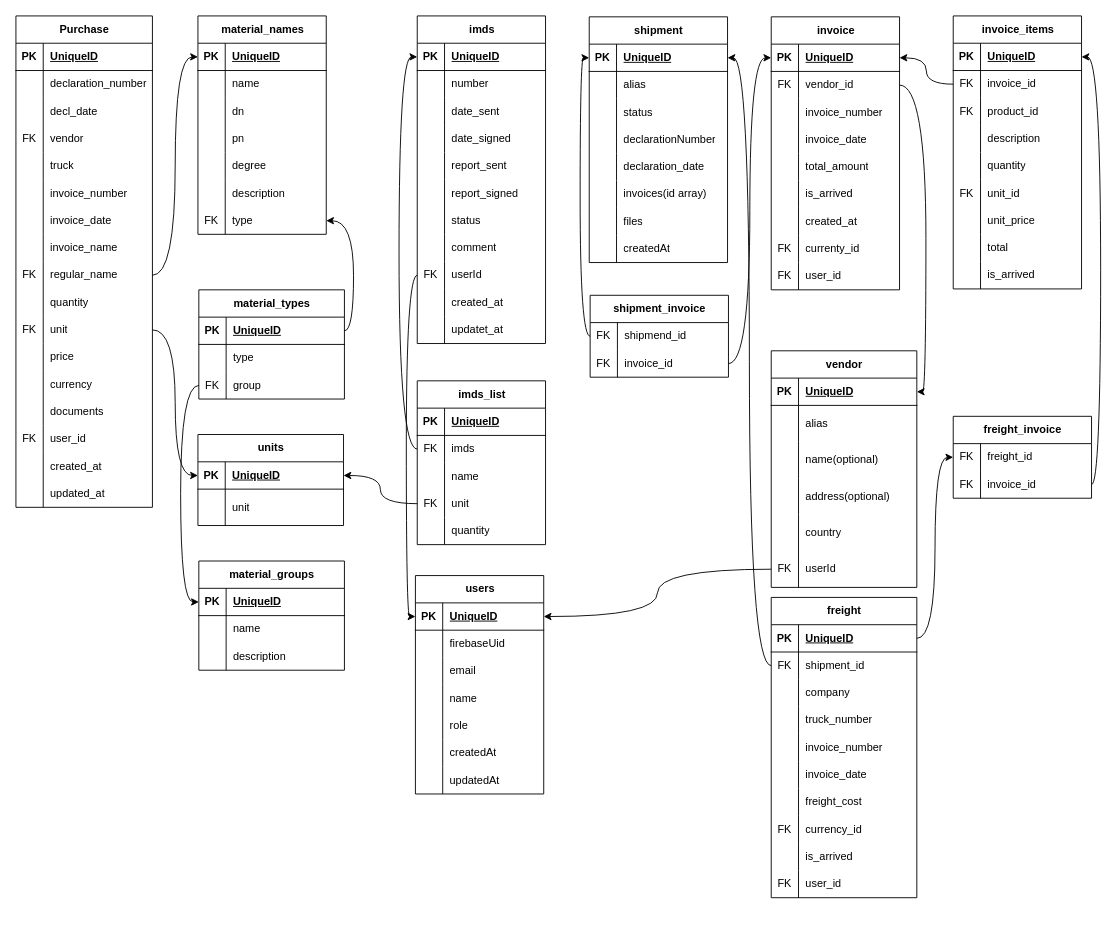
Above: diagrams/awa.drawio in gogicha007/project_AWA (draw.io), before the change. Source tidied: cells renumbered, new cells numbered last; positions are measured from the earlier drawing's top-left corner, leaving out a move shared by most shapes. Both pictures are drawn from the tidied source at 91%, with x=0, y=0 at pixel (15, 15).
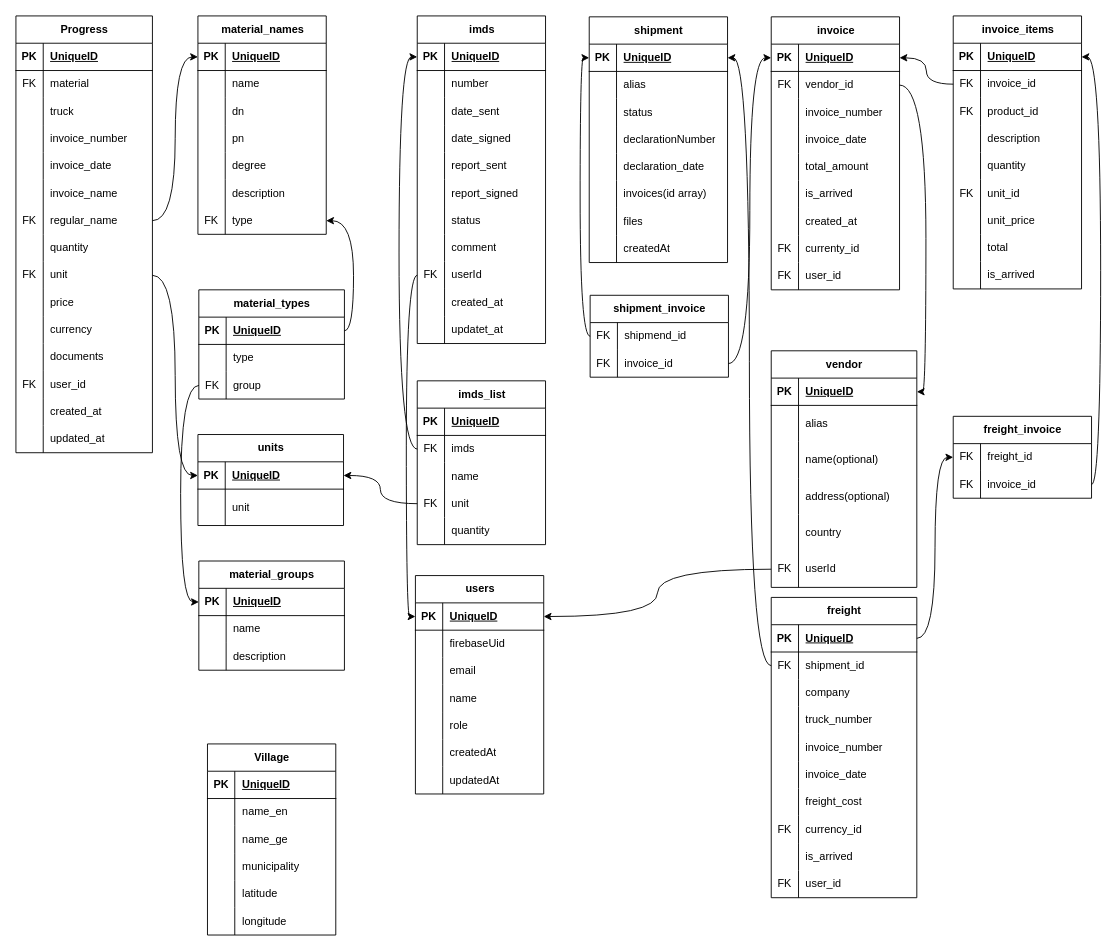
The same diagram, later.

Commit message (it also covers changes not shown here):
feat: add tables to db: material need, villages, pipelineprogress

The edit, as a diff of the source:
```diff
@@
-    <mxCell id="2" value="Purchase" style="shape=table;startSize=30;childLayout=tableLayout;rowLines=0;fontStyle=1;align=center;html=1;" parent="1" vertex="1">
-      <mxGeometry width="150" height="540" as="geometry" />
+    <mxCell id="2" value="Progress" style="shape=table;startSize=30;childLayout=tableLayout;rowLines=0;fontStyle=1;align=center;html=1;" parent="1" vertex="1">
+      <mxGeometry width="150" height="480" as="geometry" />
     </mxCell>
@@
-    <mxCell id="6" style="shape=tableRow;horizontal=0;startSize=0;swimlaneHead=0;swimlaneBody=0;fillColor=none;top=0;left=0;right=0;bottom=0;" parent="2" vertex="1">
-      <mxGeometry y="60" width="150" height="30" as="geometry" />
-    </mxCell>
-    <mxCell id="7" style="shape=partialRectangle;fillColor=none;top=0;left=0;bottom=0;right=0;overflow=hidden;whiteSpace=wrap;html=1;" parent="6" vertex="1">
-      <mxGeometry width="30" height="30" as="geometry" />
-    </mxCell>
-    <mxCell id="8" value="declaration_number" style="shape=partialRectangle;fillColor=none;top=0;left=0;bottom=0;right=0;align=left;spacingLeft=6;overflow=hidden;whiteSpace=wrap;html=1;" parent="6" vertex="1">
-      <mxGeometry x="30" width="120" height="30" as="geometry" />
-    </mxCell>
-    <mxCell id="9" style="shape=tableRow;horizontal=0;startSize=0;swimlaneHead=0;swimlaneBody=0;fillColor=none;top=0;left=0;right=0;bottom=0;" parent="2" vertex="1">
-      <mxGeometry y="90" width="150" height="30" as="geometry" />
-    </mxCell>
-    <mxCell id="10" style="shape=partialRectangle;fillColor=none;top=0;left=0;bottom=0;right=0;overflow=hidden;whiteSpace=wrap;html=1;" parent="9" vertex="1">
-      <mxGeometry width="30" height="30" as="geometry" />
-    </mxCell>
-    <mxCell id="11" value="decl_date" style="shape=partialRectangle;fillColor=none;top=0;left=0;bottom=0;right=0;align=left;spacingLeft=6;overflow=hidden;whiteSpace=wrap;html=1;" parent="9" vertex="1">
-      <mxGeometry x="30" width="120" height="30" as="geometry" />
-    </mxCell>
     <mxCell id="12" style="shape=tableRow;horizontal=0;startSize=0;swimlaneHead=0;swimlaneBody=0;fillColor=none;top=0;left=0;right=0;bottom=0;" parent="2" vertex="1">
-      <mxGeometry y="120" width="150" height="30" as="geometry" />
+      <mxGeometry y="60" width="150" height="30" as="geometry" />
     </mxCell>
@@
-    <mxCell id="14" value="vendor" style="shape=partialRectangle;fillColor=none;top=0;left=0;bottom=0;right=0;align=left;spacingLeft=6;overflow=hidden;whiteSpace=wrap;html=1;" parent="12" vertex="1">
+    <mxCell id="14" value="material&lt;span style=&quot;white-space: pre;&quot;&gt;&#9;&lt;/span&gt;" style="shape=partialRectangle;fillColor=none;top=0;left=0;bottom=0;right=0;align=left;spacingLeft=6;overflow=hidden;whiteSpace=wrap;html=1;" parent="12" vertex="1">
       <mxGeometry x="30" width="120" height="30" as="geometry" />
     </mxCell>
     <mxCell id="15" style="shape=tableRow;horizontal=0;startSize=0;swimlaneHead=0;swimlaneBody=0;fillColor=none;top=0;left=0;right=0;bottom=0;" parent="2" vertex="1">
-      <mxGeometry y="150" width="150" height="30" as="geometry" />
+      <mxGeometry y="90" width="150" height="30" as="geometry" />
     </mxCell>
@@
     <mxCell id="18" style="shape=tableRow;horizontal=0;startSize=0;swimlaneHead=0;swimlaneBody=0;fillColor=none;top=0;left=0;right=0;bottom=0;" parent="2" vertex="1">
-      <mxGeometry y="180" width="150" height="30" as="geometry" />
+      <mxGeometry y="120" width="150" height="30" as="geometry" />
     </mxCell>
@@
     <mxCell id="21" style="shape=tableRow;horizontal=0;startSize=0;swimlaneHead=0;swimlaneBody=0;fillColor=none;top=0;left=0;right=0;bottom=0;" parent="2" vertex="1">
-      <mxGeometry y="210" width="150" height="30" as="geometry" />
+      <mxGeometry y="150" width="150" height="30" as="geometry" />
     </mxCell>
@@
     <mxCell id="24" style="shape=tableRow;horizontal=0;startSize=0;swimlaneHead=0;swimlaneBody=0;fillColor=none;top=0;left=0;right=0;bottom=0;" parent="2" vertex="1">
-      <mxGeometry y="240" width="150" height="30" as="geometry" />
+      <mxGeometry y="180" width="150" height="30" as="geometry" />
     </mxCell>
@@
     <mxCell id="27" style="shape=tableRow;horizontal=0;startSize=0;swimlaneHead=0;swimlaneBody=0;fillColor=none;points=[[0,0.5],[1,0.5]];portConstraint=eastwest;top=0;left=0;right=0;bottom=0;" parent="2" vertex="1">
-      <mxGeometry y="270" width="150" height="30" as="geometry" />
+      <mxGeometry y="210" width="150" height="30" as="geometry" />
     </mxCell>
@@
     <mxCell id="30" style="shape=tableRow;horizontal=0;startSize=0;swimlaneHead=0;swimlaneBody=0;fillColor=none;top=0;left=0;right=0;bottom=0;" parent="2" vertex="1">
-      <mxGeometry y="300" width="150" height="30" as="geometry" />
+      <mxGeometry y="240" width="150" height="30" as="geometry" />
     </mxCell>
@@
     <mxCell id="33" style="shape=tableRow;horizontal=0;startSize=0;swimlaneHead=0;swimlaneBody=0;fillColor=none;points=[[0,0.5],[1,0.5]];portConstraint=eastwest;top=0;left=0;right=0;bottom=0;" parent="2" vertex="1">
-      <mxGeometry y="330" width="150" height="30" as="geometry" />
+      <mxGeometry y="270" width="150" height="30" as="geometry" />
     </mxCell>
@@
     <mxCell id="36" style="shape=tableRow;horizontal=0;startSize=0;swimlaneHead=0;swimlaneBody=0;fillColor=none;top=0;left=0;right=0;bottom=0;" parent="2" vertex="1">
-      <mxGeometry y="360" width="150" height="30" as="geometry" />
+      <mxGeometry y="300" width="150" height="30" as="geometry" />
     </mxCell>
@@
     <mxCell id="39" style="shape=tableRow;horizontal=0;startSize=0;swimlaneHead=0;swimlaneBody=0;fillColor=none;top=0;left=0;right=0;bottom=0;" parent="2" vertex="1">
-      <mxGeometry y="390" width="150" height="30" as="geometry" />
+      <mxGeometry y="330" width="150" height="30" as="geometry" />
     </mxCell>
@@
     <mxCell id="42" style="shape=tableRow;horizontal=0;startSize=0;swimlaneHead=0;swimlaneBody=0;fillColor=none;top=0;left=0;right=0;bottom=0;" parent="2" vertex="1">
-      <mxGeometry y="420" width="150" height="30" as="geometry" />
+      <mxGeometry y="360" width="150" height="30" as="geometry" />
     </mxCell>
@@
     <mxCell id="45" style="shape=tableRow;horizontal=0;startSize=0;swimlaneHead=0;swimlaneBody=0;fillColor=none;top=0;left=0;right=0;bottom=0;" parent="2" vertex="1">
-      <mxGeometry y="450" width="150" height="30" as="geometry" />
+      <mxGeometry y="390" width="150" height="30" as="geometry" />
     </mxCell>
@@
     <mxCell id="48" style="shape=tableRow;horizontal=0;startSize=0;swimlaneHead=0;swimlaneBody=0;fillColor=none;top=0;left=0;right=0;bottom=0;" parent="2" vertex="1">
-      <mxGeometry y="480" width="150" height="30" as="geometry" />
+      <mxGeometry y="420" width="150" height="30" as="geometry" />
     </mxCell>
@@
     <mxCell id="51" style="shape=tableRow;horizontal=0;startSize=0;swimlaneHead=0;swimlaneBody=0;fillColor=none;top=0;left=0;right=0;bottom=0;" parent="2" vertex="1">
-      <mxGeometry y="510" width="150" height="30" as="geometry" />
+      <mxGeometry y="450" width="150" height="30" as="geometry" />
     </mxCell>
@@
+    <mxCell id="335" value="Village" style="shape=table;startSize=30;childLayout=tableLayout;rowLines=0;fontStyle=1;align=center;html=1;" parent="1" vertex="1">
+      <mxGeometry x="210.5" y="800" width="141" height="210" as="geometry" />
+    </mxCell>
+    <mxCell id="336" style="shape=tableRow;horizontal=0;startSize=0;swimlaneHead=0;swimlaneBody=0;fillColor=none;top=0;left=0;right=0;bottom=1;" parent="335" vertex="1">
+      <mxGeometry y="30" width="141" height="30" as="geometry" />
+    </mxCell>
+    <mxCell id="337" value="PK" style="shape=partialRectangle;fillColor=none;top=0;left=0;bottom=0;right=0;fontStyle=1;overflow=hidden;whiteSpace=wrap;html=1;" parent="336" vertex="1">
+      <mxGeometry width="30" height="30" as="geometry" />
+    </mxCell>
+    <mxCell id="338" value="UniqueID" style="shape=partialRectangle;fillColor=none;top=0;left=0;bottom=0;right=0;align=left;spacingLeft=6;fontStyle=5;overflow=hidden;whiteSpace=wrap;html=1;" parent="336" vertex="1">
+      <mxGeometry x="30" width="111" height="30" as="geometry" />
+    </mxCell>
+    <mxCell id="339" style="shape=tableRow;horizontal=0;startSize=0;swimlaneHead=0;swimlaneBody=0;fillColor=none;top=0;left=0;right=0;bottom=0;" parent="335" vertex="1">
+      <mxGeometry y="60" width="141" height="30" as="geometry" />
+    </mxCell>
+    <mxCell id="340" style="shape=partialRectangle;fillColor=none;top=0;left=0;bottom=0;right=0;overflow=hidden;whiteSpace=wrap;html=1;" parent="339" vertex="1">
+      <mxGeometry width="30" height="30" as="geometry" />
+    </mxCell>
+    <mxCell id="341" value="name_en" style="shape=partialRectangle;fillColor=none;top=0;left=0;bottom=0;right=0;align=left;spacingLeft=6;overflow=hidden;whiteSpace=wrap;html=1;" parent="339" vertex="1">
+      <mxGeometry x="30" width="111" height="30" as="geometry" />
+    </mxCell>
+    <mxCell id="342" style="shape=tableRow;horizontal=0;startSize=0;swimlaneHead=0;swimlaneBody=0;fillColor=none;top=0;left=0;right=0;bottom=0;" parent="335" vertex="1">
+      <mxGeometry y="90" width="141" height="30" as="geometry" />
+    </mxCell>
+    <mxCell id="343" style="shape=partialRectangle;fillColor=none;top=0;left=0;bottom=0;right=0;overflow=hidden;whiteSpace=wrap;html=1;" parent="342" vertex="1">
+      <mxGeometry width="30" height="30" as="geometry" />
+    </mxCell>
+    <mxCell id="344" value="name_ge" style="shape=partialRectangle;fillColor=none;top=0;left=0;bottom=0;right=0;align=left;spacingLeft=6;overflow=hidden;whiteSpace=wrap;html=1;" parent="342" vertex="1">
+      <mxGeometry x="30" width="111" height="30" as="geometry" />
+    </mxCell>
+    <mxCell id="345" style="shape=tableRow;horizontal=0;startSize=0;swimlaneHead=0;swimlaneBody=0;fillColor=none;top=0;left=0;right=0;bottom=0;" parent="335" vertex="1">
+      <mxGeometry y="120" width="141" height="30" as="geometry" />
+    </mxCell>
+    <mxCell id="346" style="shape=partialRectangle;fillColor=none;top=0;left=0;bottom=0;right=0;overflow=hidden;whiteSpace=wrap;html=1;" parent="345" vertex="1">
+      <mxGeometry width="30" height="30" as="geometry" />
+    </mxCell>
+    <mxCell id="347" value="municipality" style="shape=partialRectangle;fillColor=none;top=0;left=0;bottom=0;right=0;align=left;spacingLeft=6;overflow=hidden;whiteSpace=wrap;html=1;" parent="345" vertex="1">
+      <mxGeometry x="30" width="111" height="30" as="geometry" />
+    </mxCell>
+    <mxCell id="348" style="shape=tableRow;horizontal=0;startSize=0;swimlaneHead=0;swimlaneBody=0;fillColor=none;top=0;left=0;right=0;bottom=0;" parent="335" vertex="1">
+      <mxGeometry y="150" width="141" height="30" as="geometry" />
+    </mxCell>
+    <mxCell id="349" style="shape=partialRectangle;fillColor=none;top=0;left=0;bottom=0;right=0;overflow=hidden;whiteSpace=wrap;html=1;" parent="348" vertex="1">
+      <mxGeometry width="30" height="30" as="geometry" />
+    </mxCell>
+    <mxCell id="350" value="latitude" style="shape=partialRectangle;fillColor=none;top=0;left=0;bottom=0;right=0;align=left;spacingLeft=6;overflow=hidden;whiteSpace=wrap;html=1;" parent="348" vertex="1">
+      <mxGeometry x="30" width="111" height="30" as="geometry" />
+    </mxCell>
+    <mxCell id="351" style="shape=tableRow;horizontal=0;startSize=0;swimlaneHead=0;swimlaneBody=0;fillColor=none;top=0;left=0;right=0;bottom=0;" parent="335" vertex="1">
+      <mxGeometry y="180" width="141" height="30" as="geometry" />
+    </mxCell>
+    <mxCell id="352" style="shape=partialRectangle;fillColor=none;top=0;left=0;bottom=0;right=0;overflow=hidden;whiteSpace=wrap;html=1;" parent="351" vertex="1">
+      <mxGeometry width="30" height="30" as="geometry" />
+    </mxCell>
+    <mxCell id="353" value="longitude" style="shape=partialRectangle;fillColor=none;top=0;left=0;bottom=0;right=0;align=left;spacingLeft=6;overflow=hidden;whiteSpace=wrap;html=1;" parent="351" vertex="1">
+      <mxGeometry x="30" width="111" height="30" as="geometry" />
+    </mxCell>
```
